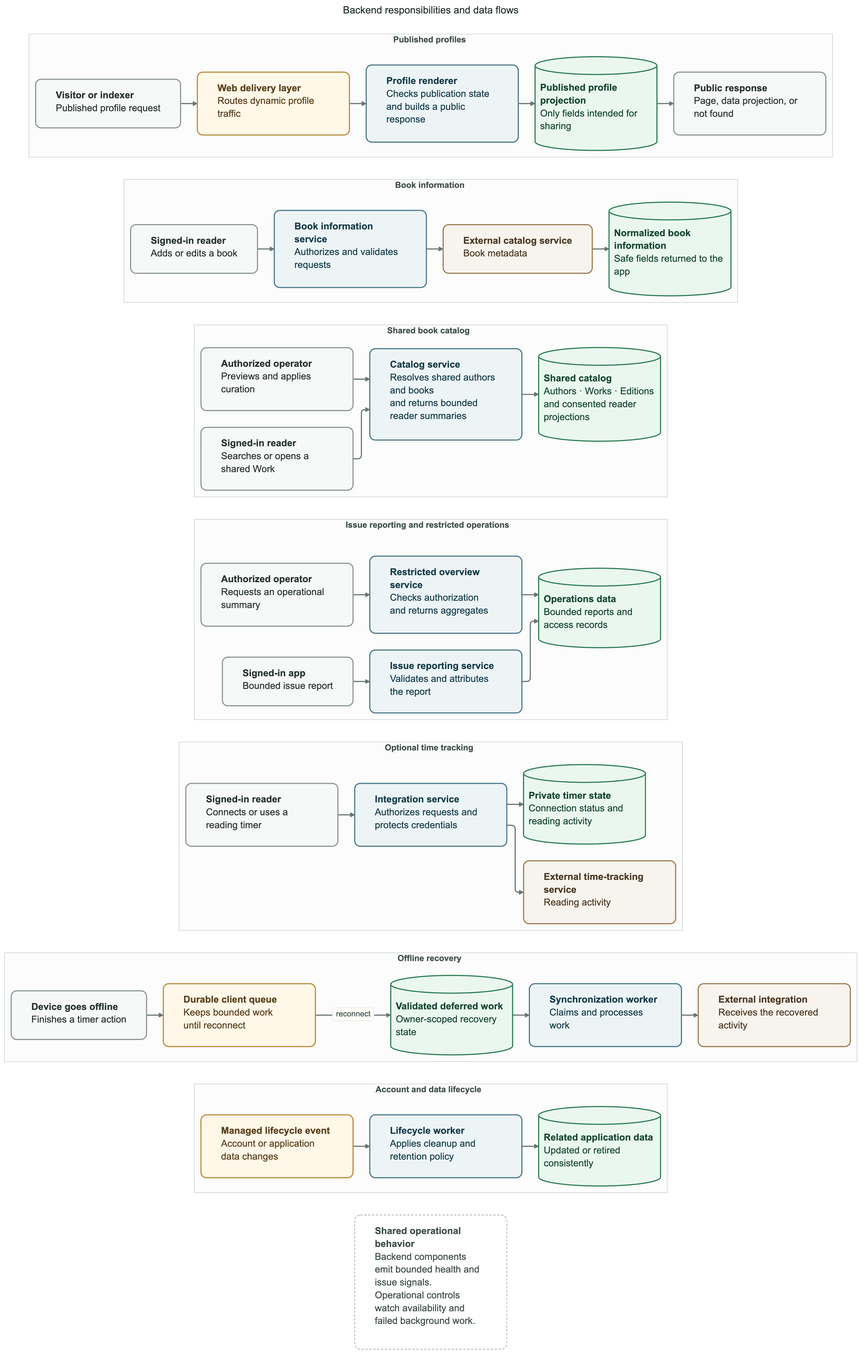
This is docs/architecture/backend-runtime.png from ankile/book-tracker, a Mermaid export, as it was before one commit. Its source is kept beside it as docs/architecture/backend-runtime.mmd.
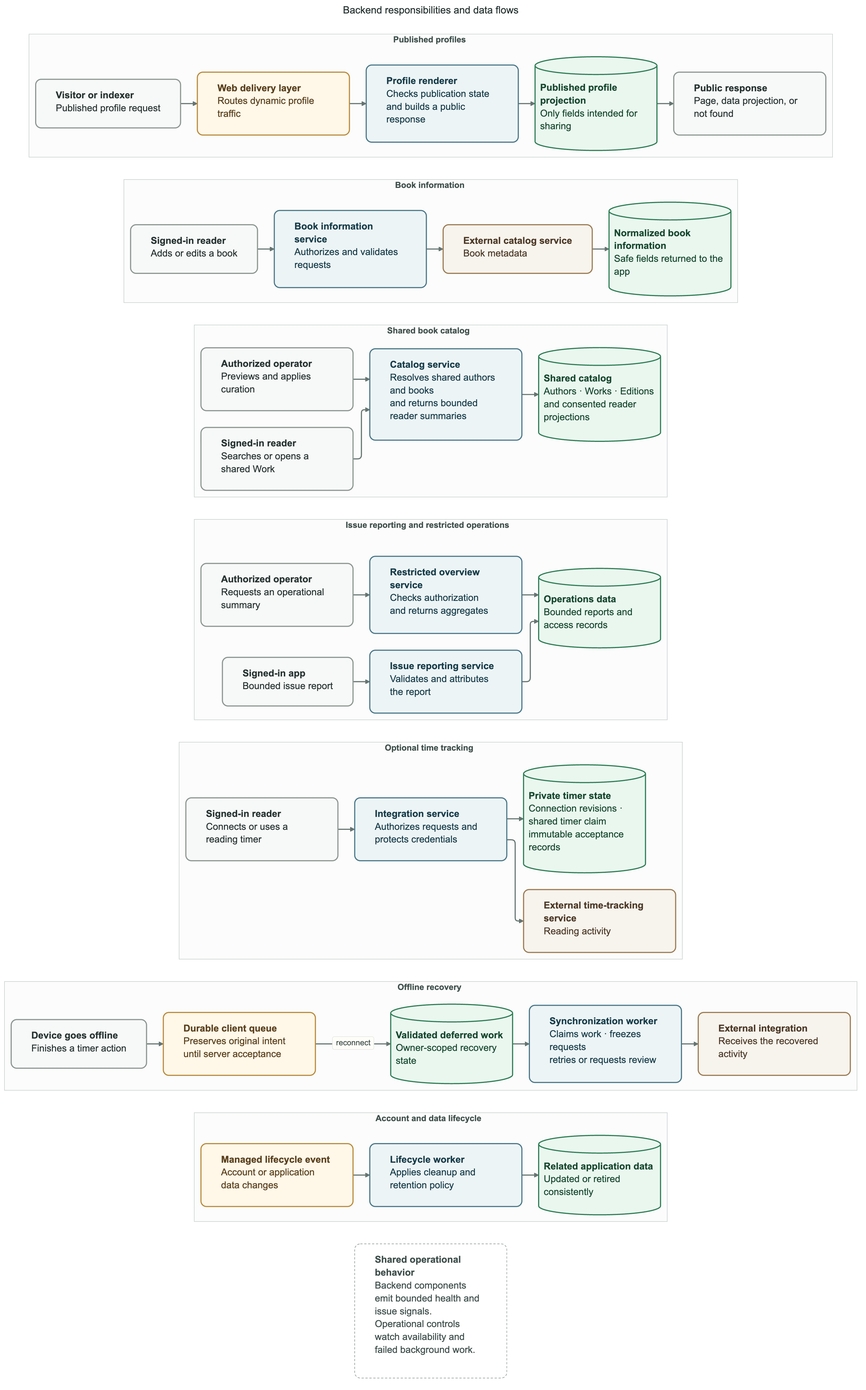
Later version of the same file.

Diff of the diagram source:
```diff
@@ -56,7 +56,7 @@
     direction LR
     timerbrowser["<b>Signed-in reader</b><br/>Connects or uses a reading timer"]:::source
     timerapi["<b>Integration service</b><br/>Authorizes requests and protects credentials"]:::service
-    timerstate[("<b>Private timer state</b><br/>Connection status and reading activity")]:::data
+    timerstate[("<b>Private timer state</b><br/>Connection revisions · shared timer claim<br/>immutable acceptance records")]:::data
     timerprovider["<b>External time-tracking service</b><br/>Reading activity"]:::external
     timerbrowser --> timerapi --> timerstate
     timerapi --> timerprovider
@@ -65,9 +65,9 @@
   subgraph offlinepath[Offline recovery]
     direction LR
     offlinebrowser["<b>Device goes offline</b><br/>Finishes a timer action"]:::source
-    localqueue["<b>Durable client queue</b><br/>Keeps bounded work until reconnect"]:::mediation
+    localqueue["<b>Durable client queue</b><br/>Preserves original intent until server acceptance"]:::mediation
     syncedwork[("<b>Validated deferred work</b><br/>Owner-scoped recovery state")]:::data
-    syncworker["<b>Synchronization worker</b><br/>Claims and processes work"]:::service
+    syncworker["<b>Synchronization worker</b><br/>Claims work · freezes requests<br/>retries or requests review"]:::service
     syncprovider["<b>External integration</b><br/>Receives the recovered activity"]:::external
     offlinebrowser --> localqueue -->|"reconnect"| syncedwork --> syncworker --> syncprovider
   end
```
